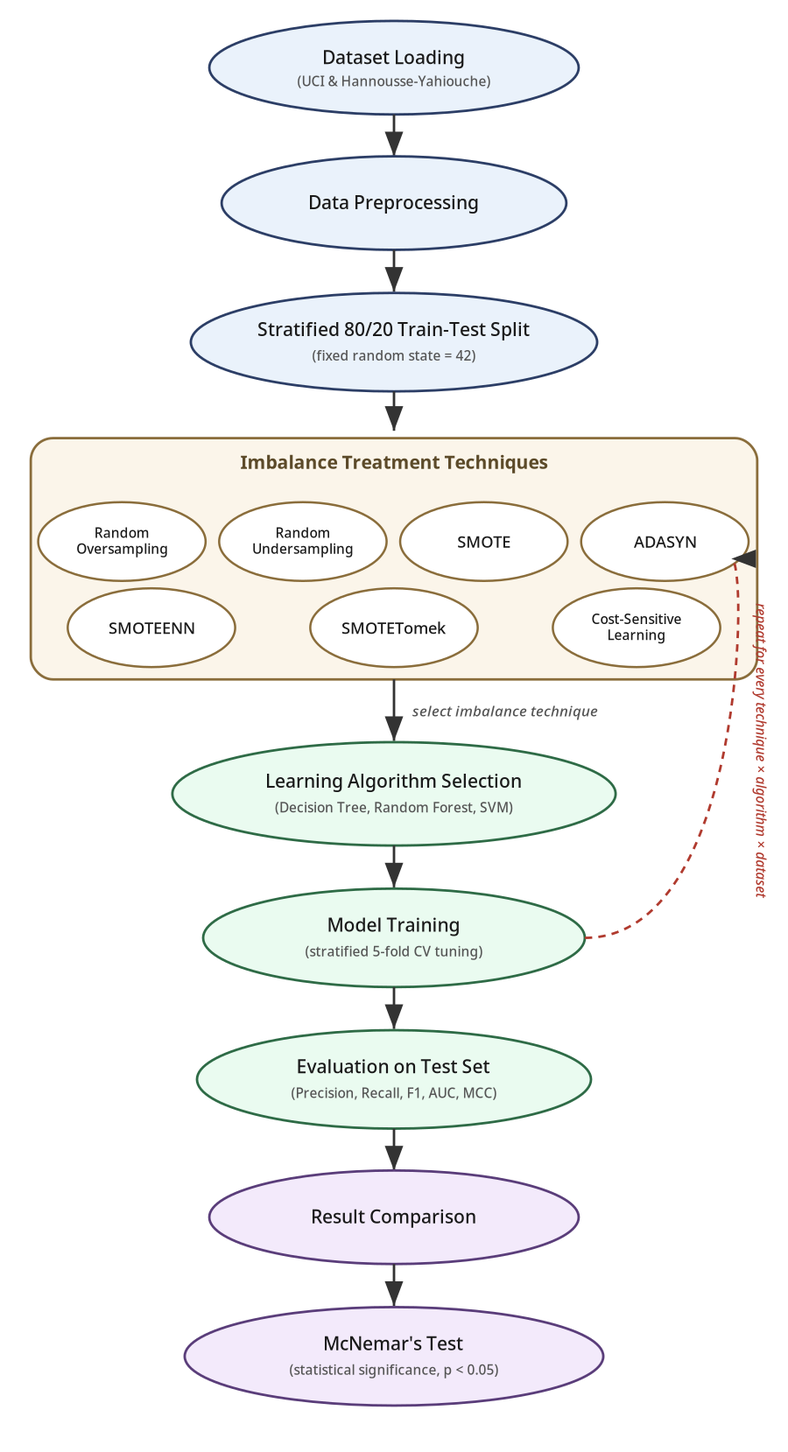
Before: figures/Figure_Experimental_Procedure.png, a diagram exported from Mermaid (pratickpaudel/Dissertation). Its source is kept beside it as figures/Figure_Experimental_Procedure.mmd. Source of this version:
```mermaid
flowchart TD
    A([Dataset Loading<br/><i>UCI & Hannousse-Yahiouche</i>]) --> B([Data Preprocessing])
    B --> C([Stratified 80/20 Train-Test Split<br/><i>fixed random state = 42</i>])
    C --> D

    subgraph D [Imbalance Treatment Techniques]
        direction LR
        T1([Random Oversampling])
        T2([Random Undersampling])
        T3([SMOTE])
        T4([ADASYN])
        T5([SMOTEENN])
        T6([SMOTETomek])
        T7([Cost-Sensitive Learning])
    end

    D -->|select imbalance technique| E([Learning Algorithm Selection<br/><i>Decision Tree, Random Forest, SVM</i>])
    E --> F([Model Training<br/><i>stratified 5-fold CV tuning</i>])
    F --> G([Evaluation on Test Set<br/><i>Precision, Recall, F1, AUC, MCC</i>])
    G --> H([Result Comparison])
    H --> I([McNemar's Test<br/><i>statistical significance, p &lt; 0.05</i>])

    F -.->|repeat for every technique x algorithm x dataset| D
```
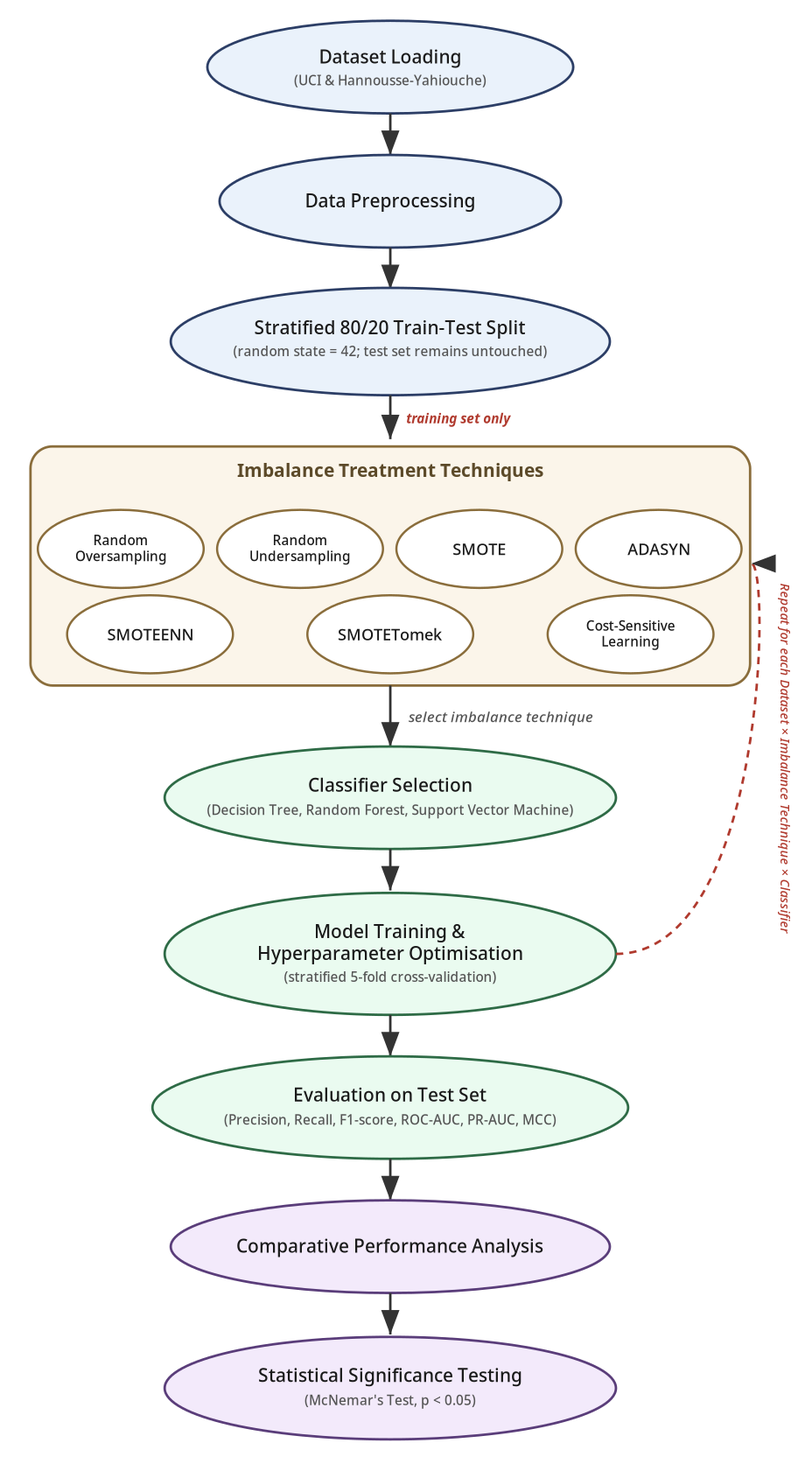
The same file after the commit.

Commit message:
Refine experimental procedure diagram terminology

Change to the diagram source:
```diff
@@ -1,7 +1,7 @@
 flowchart TD
     A([Dataset Loading<br/><i>UCI & Hannousse-Yahiouche</i>]) --> B([Data Preprocessing])
-    B --> C([Stratified 80/20 Train-Test Split<br/><i>fixed random state = 42</i>])
-    C --> D
+    B --> C([Stratified 80/20 Train-Test Split<br/><i>random state = 42; test set remains untouched</i>])
+    C -->|training set only| D
 
     subgraph D [Imbalance Treatment Techniques]
         direction LR
@@ -14,10 +14,10 @@
         T7([Cost-Sensitive Learning])
     end
 
-    D -->|select imbalance technique| E([Learning Algorithm Selection<br/><i>Decision Tree, Random Forest, SVM</i>])
-    E --> F([Model Training<br/><i>stratified 5-fold CV tuning</i>])
-    F --> G([Evaluation on Test Set<br/><i>Precision, Recall, F1, AUC, MCC</i>])
-    G --> H([Result Comparison])
-    H --> I([McNemar's Test<br/><i>statistical significance, p &lt; 0.05</i>])
+    D -->|select imbalance technique| E([Classifier Selection<br/><i>Decision Tree, Random Forest, Support Vector Machine</i>])
+    E --> F([Model Training & Hyperparameter Optimisation<br/><i>stratified 5-fold cross-validation</i>])
+    F --> G([Evaluation on Test Set<br/><i>Precision, Recall, F1-score, ROC-AUC, PR-AUC, MCC</i>])
+    G --> H([Comparative Performance Analysis])
+    H --> I([Statistical Significance Testing<br/><i>McNemar's Test, p &lt; 0.05</i>])
 
-    F -.->|repeat for every technique x algorithm x dataset| D
+    F -.->|Repeat for each Dataset x Imbalance Technique x Classifier| D
```
